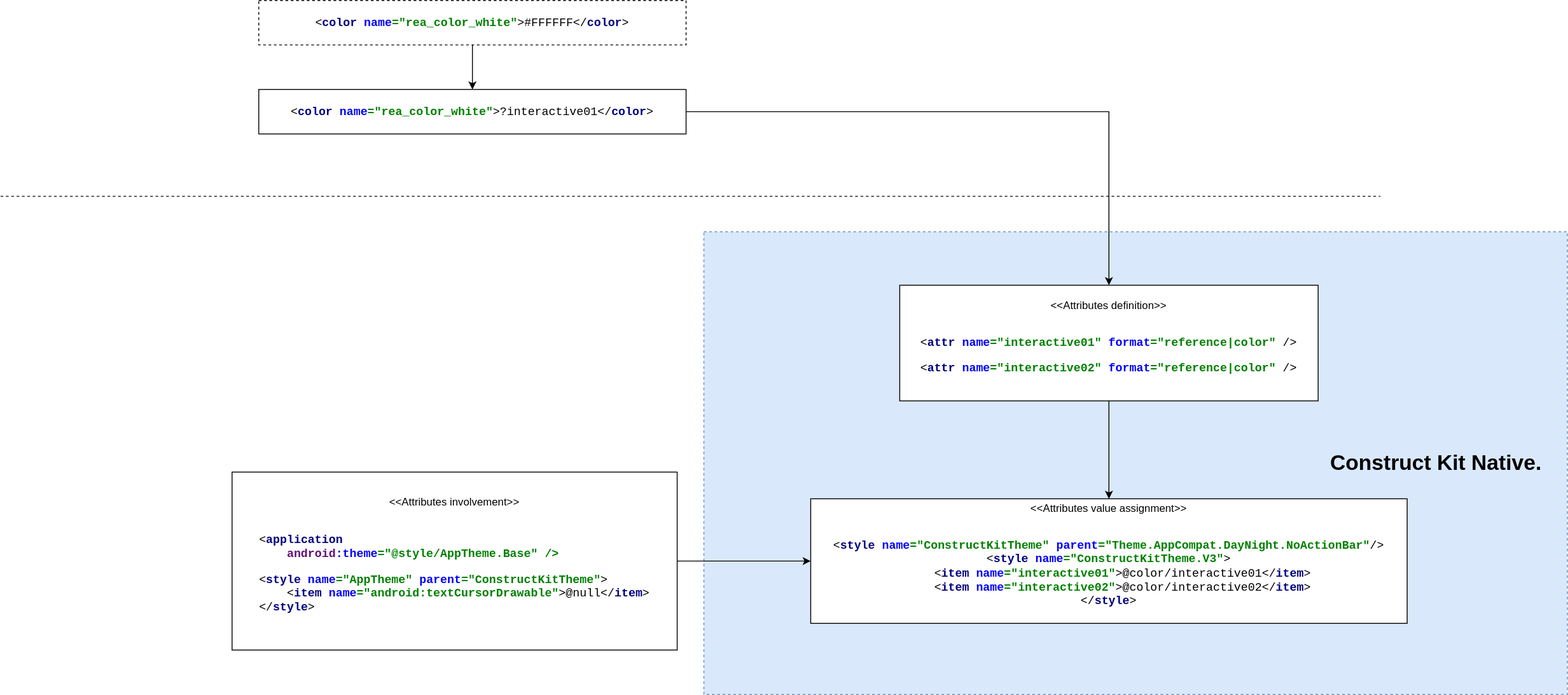
Earlier version of the draw.io export draw.io/visual-uplift-xml.svg (nancymiduo/nancymiduo). Source tidied: cells renumbered, new cells last; positions are measured from the earlier drawing's top-left corner, leaving out a move shared by most shapes.
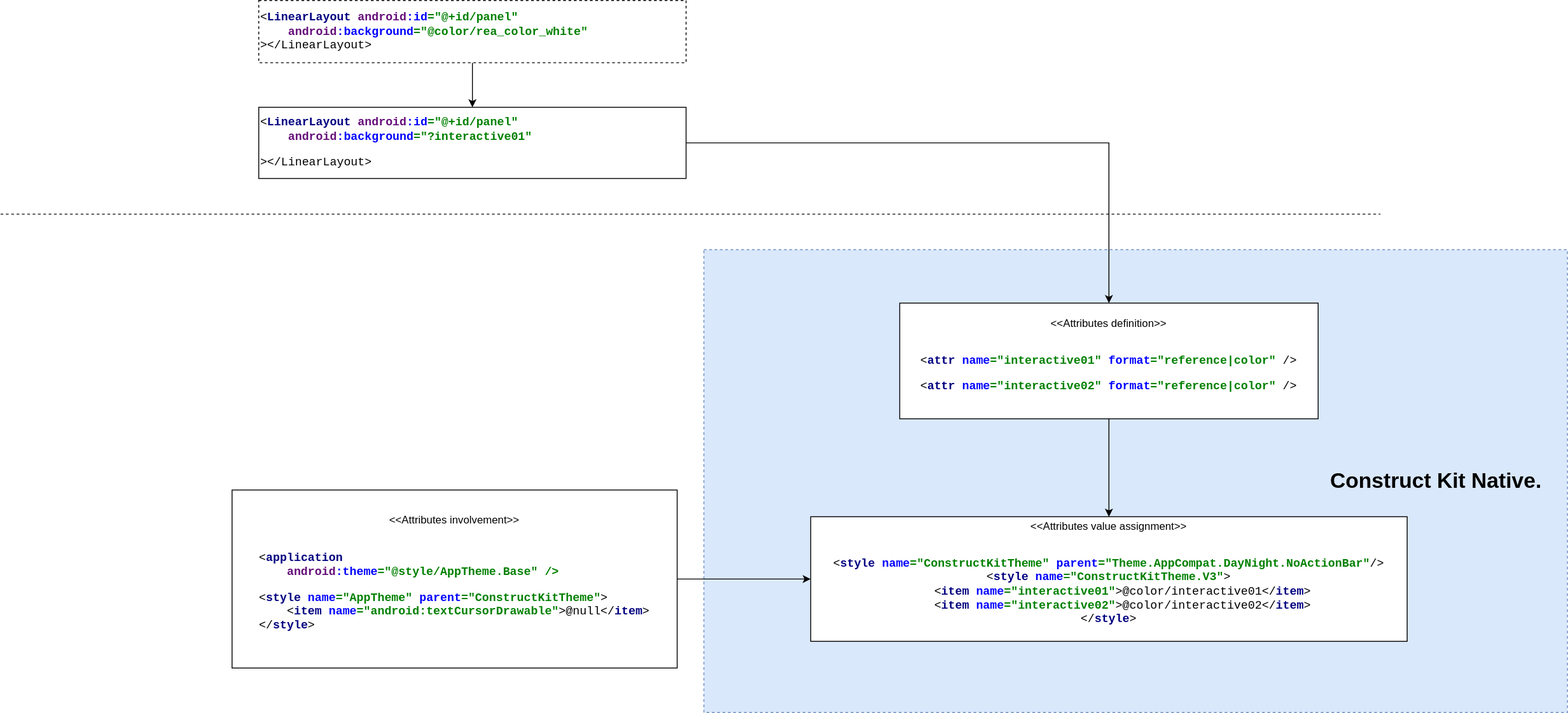
After the change.

Change to the diagram source:
```diff
@@ -8,14 +8,14 @@
     <mxCell id="3" style="edgeStyle=orthogonalEdgeStyle;rounded=0;jettySize=auto;html=1;" parent="1" edge="1" source="4" target="8">
       <mxGeometry relative="1" as="geometry" />
     </mxCell>
-    <mxCell id="4" value="&lt;pre style=&quot;background-color: rgb(255 , 255 , 255) ; font-family: &amp;#34;jetbrains mono&amp;#34; , monospace ; font-size: 9.8pt&quot;&gt;&amp;lt;&lt;span style=&quot;color: #000080 ; font-weight: bold&quot;&gt;color &lt;/span&gt;&lt;span style=&quot;color: #0000ff ; font-weight: bold&quot;&gt;name&lt;/span&gt;&lt;span style=&quot;color: #008000 ; font-weight: bold&quot;&gt;=&quot;rea_color_white&quot;&lt;/span&gt;&amp;gt;?interactive01&amp;lt;/&lt;span style=&quot;color: #000080 ; font-weight: bold&quot;&gt;color&lt;/span&gt;&amp;gt;&lt;/pre&gt;" style="rounded=0;whiteSpace=wrap;html=1;" parent="1" vertex="1">
-      <mxGeometry x="290" y="100" width="480" height="50" as="geometry" />
+    <mxCell id="4" value="&lt;pre style=&quot;background-color: rgb(255 , 255 , 255) ; font-family: &amp;#34;jetbrains mono&amp;#34; , monospace ; font-size: 9.8pt&quot;&gt;&lt;pre style=&quot;font-family: &amp;#34;jetbrains mono&amp;#34; , monospace ; font-size: 9.8pt&quot;&gt;&amp;lt;&lt;span style=&quot;color: #000080 ; font-weight: bold&quot;&gt;LinearLayout &lt;/span&gt;&lt;span style=&quot;color: #660e7a ; font-weight: bold&quot;&gt;android&lt;/span&gt;&lt;span style=&quot;color: #0000ff ; font-weight: bold&quot;&gt;:id&lt;/span&gt;&lt;span style=&quot;color: #008000 ; font-weight: bold&quot;&gt;=&quot;@+id/panel&quot;&lt;br&gt;&lt;/span&gt;&lt;span style=&quot;color: #008000 ; font-weight: bold&quot;&gt;    &lt;/span&gt;&lt;span style=&quot;color: #660e7a ; font-weight: bold&quot;&gt;android&lt;/span&gt;&lt;span style=&quot;color: #0000ff ; font-weight: bold&quot;&gt;:background&lt;/span&gt;&lt;span style=&quot;color: #008000 ; font-weight: bold&quot;&gt;=&quot;?interactive01&quot;&lt;/span&gt;&lt;/pre&gt;&lt;pre style=&quot;font-family: &amp;#34;jetbrains mono&amp;#34; , monospace ; font-size: 9.8pt&quot;&gt;&amp;gt;&amp;lt;/LinearLayout&amp;gt;&lt;/pre&gt;&lt;/pre&gt;" style="rounded=0;whiteSpace=wrap;html=1;align=left;" parent="1" vertex="1">
+      <mxGeometry x="290" y="100" width="480" height="80" as="geometry" />
     </mxCell>
     <mxCell id="5" style="edgeStyle=orthogonalEdgeStyle;rounded=0;jettySize=auto;html=1;entryX=0.5;entryY=0;entryDx=0;entryDy=0;" parent="1" edge="1" source="6" target="4">
       <mxGeometry relative="1" as="geometry" />
     </mxCell>
-    <mxCell id="6" value="&lt;pre style=&quot;background-color: rgb(255 , 255 , 255) ; font-family: &amp;#34;jetbrains mono&amp;#34; , monospace ; font-size: 9.8pt&quot;&gt;&amp;lt;&lt;span style=&quot;color: #000080 ; font-weight: bold&quot;&gt;color &lt;/span&gt;&lt;span style=&quot;color: #0000ff ; font-weight: bold&quot;&gt;name&lt;/span&gt;&lt;span style=&quot;color: #008000 ; font-weight: bold&quot;&gt;=&quot;rea_color_white&quot;&lt;/span&gt;&amp;gt;#FFFFFF&amp;lt;/&lt;span style=&quot;color: #000080 ; font-weight: bold&quot;&gt;color&lt;/span&gt;&amp;gt;&lt;/pre&gt;" style="rounded=0;whiteSpace=wrap;html=1;dashed=1;" parent="1" vertex="1">
-      <mxGeometry x="290" width="480" height="50" as="geometry" />
+    <mxCell id="6" value="&lt;pre style=&quot;background-color: rgb(255 , 255 , 255) ; font-family: &amp;#34;jetbrains mono&amp;#34; , monospace ; font-size: 9.8pt&quot;&gt;&lt;pre style=&quot;font-family: &amp;#34;jetbrains mono&amp;#34; , monospace ; font-size: 9.8pt&quot;&gt;&amp;lt;&lt;span style=&quot;color: #000080 ; font-weight: bold&quot;&gt;LinearLayout &lt;/span&gt;&lt;span style=&quot;color: #660e7a ; font-weight: bold&quot;&gt;android&lt;/span&gt;&lt;span style=&quot;color: #0000ff ; font-weight: bold&quot;&gt;:id&lt;/span&gt;&lt;span style=&quot;color: #008000 ; font-weight: bold&quot;&gt;=&quot;@+id/panel&quot;&lt;/span&gt;&lt;span style=&quot;color: #008000 ; font-weight: bold&quot;&gt;&lt;br&gt;&lt;/span&gt;&lt;span style=&quot;color: #008000 ; font-weight: bold&quot;&gt;    &lt;/span&gt;&lt;span style=&quot;color: #660e7a ; font-weight: bold&quot;&gt;android&lt;/span&gt;&lt;span style=&quot;color: #0000ff ; font-weight: bold&quot;&gt;:background&lt;/span&gt;&lt;span style=&quot;color: #008000 ; font-weight: bold&quot;&gt;=&quot;@color/rea_color_white&quot;&lt;br&gt;&lt;/span&gt;&amp;gt;&amp;lt;/LinearLayout&amp;gt;&lt;/pre&gt;&lt;/pre&gt;" style="rounded=0;whiteSpace=wrap;html=1;dashed=1;align=left;" parent="1" vertex="1">
+      <mxGeometry x="290" y="-20" width="480" height="70" as="geometry" />
     </mxCell>
     <mxCell id="7" style="edgeStyle=orthogonalEdgeStyle;rounded=0;jettySize=auto;html=1;" parent="1" edge="1" source="8" target="9">
       <mxGeometry relative="1" as="geometry" />
```
